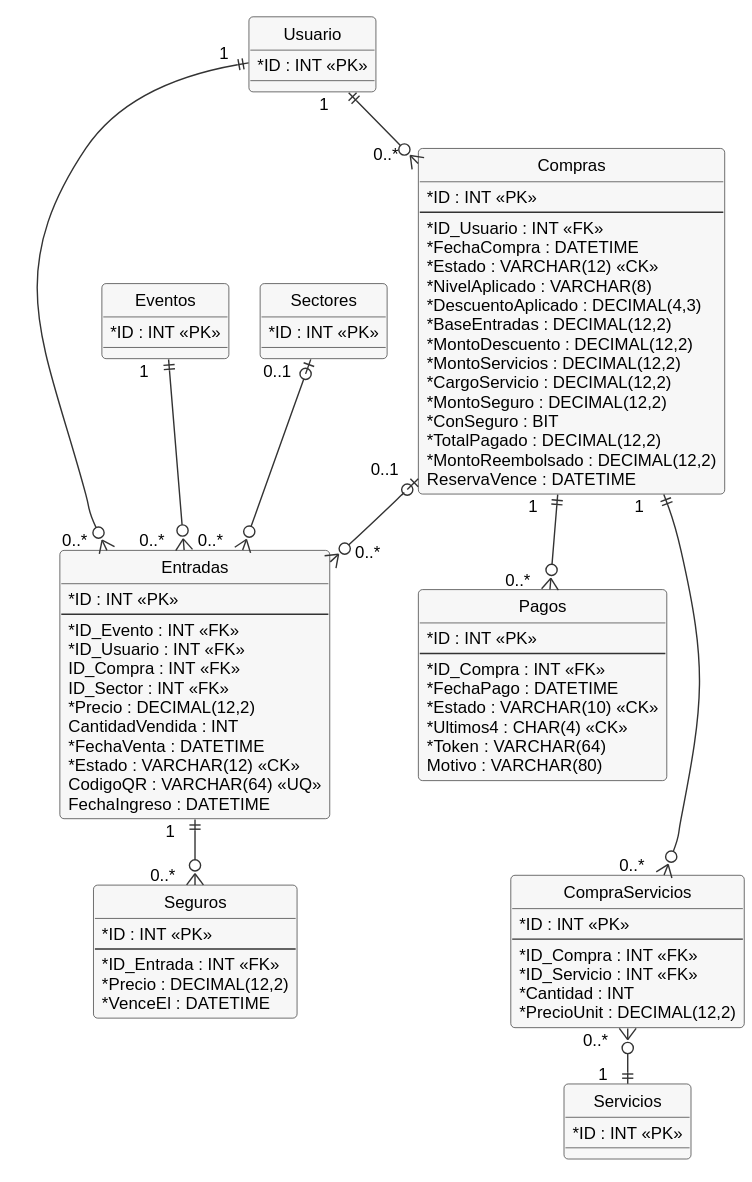
The PlantUML diagram docs/diagramas/er-2-compras.svg in MaximoAmbro/TrabajoDeDiploma, before a commit.
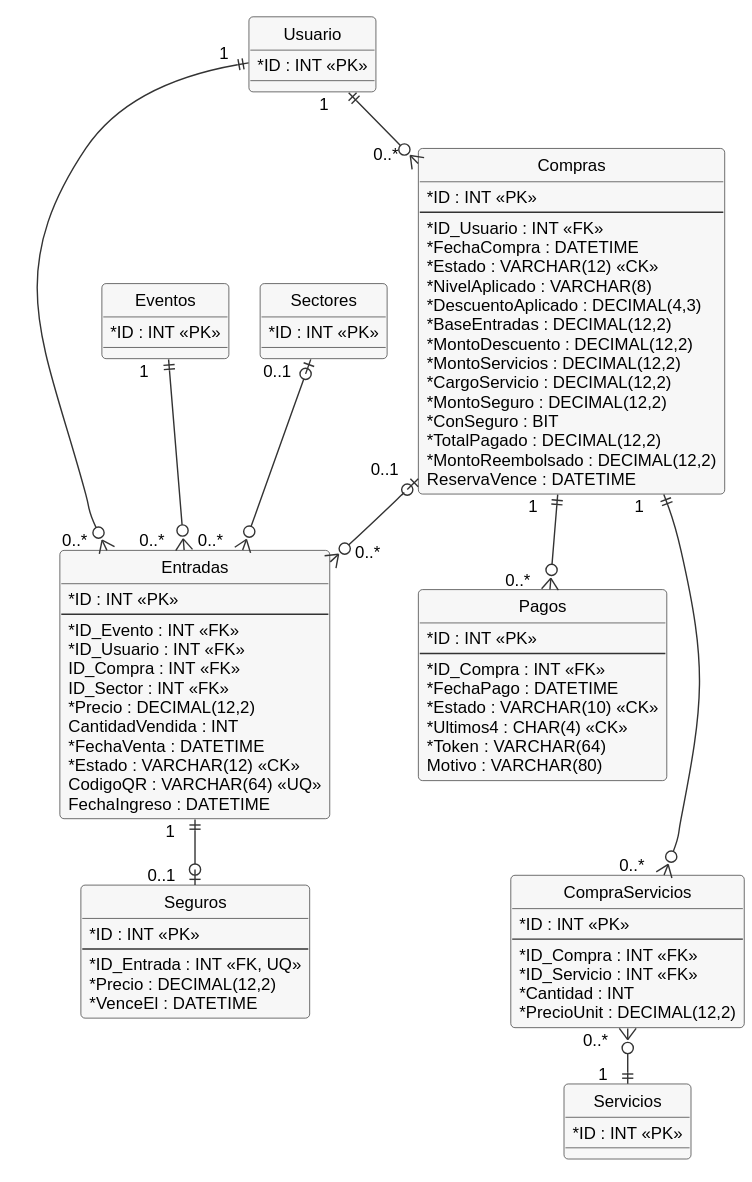
The same diagram one commit later.

Diff of the diagram source:
```diff
@@ -68,7 +68,7 @@
 entity Seguros {
   * ID : INT <<PK>>
   --
-  * ID_Entrada : INT <<FK>>
+  * ID_Entrada : INT <<FK, UQ>>
   * Precio : DECIMAL(12,2)
   * VenceEl : DATETIME
 }
@@ -81,7 +81,7 @@
 Usuario "1$_" ||--o{ "0..*$_" Entradas
 Eventos "1$_" ||--o{ "0..*$_" Entradas
 Sectores "0..1$_" |o--o{ "0..*$_" Entradas
-Entradas "1$_" ||--o{ "0..*$_" Seguros
+Entradas "1$_" ||--o| "0..1$_" Seguros
 
 Pagos -[hidden]down- CompraServicios
 @enduml
```
